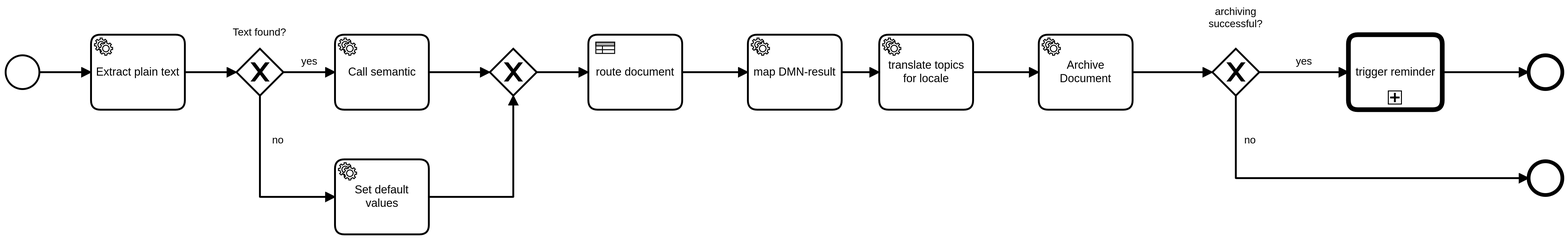
Before: src/main/resources/mailprocessor.png, a diagram exported from BPMN (Cuupa/mailprocessor). Its source is kept beside it as src/main/resources/mailprocessor.bpmn. Ids are renumbered.
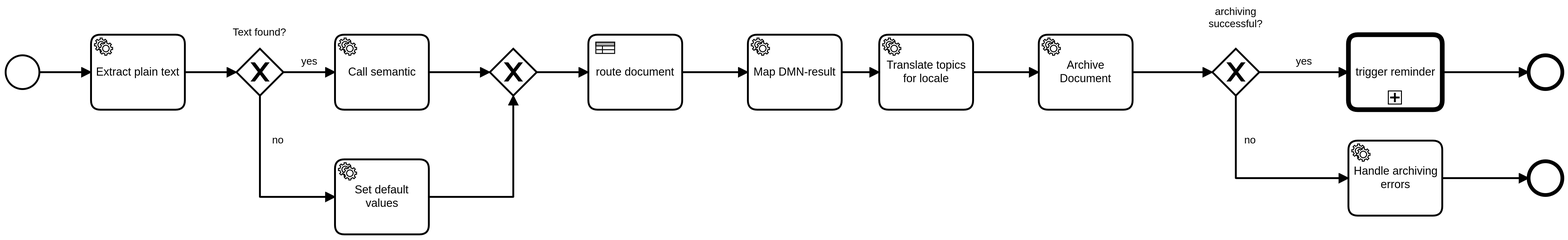
The same diagram one commit later.

Commit message:
feat_archiving_error implemented error directory and refactoring

Diff of the diagram source:
```diff
@@ -42,13 +42,13 @@
             <bpmn:incoming>Flow_n13</bpmn:incoming>
             <bpmn:outgoing>SequenceFlow_n14</bpmn:outgoing>
         </bpmn:businessRuleTask>
-        <bpmn:serviceTask id="Task_n15" name="translate topics for locale"
+        <bpmn:serviceTask id="Task_n15" name="Translate topics for locale"
                           camunda:delegateExpression="#{translateTopicDelegate}">
             <bpmn:incoming>SequenceFlow_n16</bpmn:incoming>
             <bpmn:outgoing>SequenceFlow_n10</bpmn:outgoing>
         </bpmn:serviceTask>
         <bpmn:sequenceFlow id="SequenceFlow_n10" sourceRef="Task_n15" targetRef="Task_n9"/>
-        <bpmn:serviceTask id="Task_n17" name="map DMN-result"
+        <bpmn:serviceTask id="Task_n17" name="Map DMN-result"
                           camunda:delegateExpression="#{dmnResultMapperDelegate}">
             <bpmn:incoming>SequenceFlow_n14</bpmn:incoming>
             <bpmn:outgoing>SequenceFlow_n16</bpmn:outgoing>
@@ -89,11 +89,17 @@
             <bpmn:conditionExpression xsi:type="bpmn:tFormalExpression">#{ARCHIVED}</bpmn:conditionExpression>
         </bpmn:sequenceFlow>
         <bpmn:endEvent id="Event_n25">
-            <bpmn:incoming>Flow_n24</bpmn:incoming>
+            <bpmn:incoming>Flow_n26</bpmn:incoming>
         </bpmn:endEvent>
-        <bpmn:sequenceFlow id="Flow_n24" name="no" sourceRef="Gateway_n20" targetRef="Event_n25">
+        <bpmn:sequenceFlow id="Flow_n24" name="no" sourceRef="Gateway_n20" targetRef="Activity_n27">
             <bpmn:conditionExpression xsi:type="bpmn:tFormalExpression">#{!ARCHIVED}</bpmn:conditionExpression>
         </bpmn:sequenceFlow>
+        <bpmn:sequenceFlow id="Flow_n26" sourceRef="Activity_n27" targetRef="Event_n25"/>
+        <bpmn:serviceTask id="Activity_n27" name="Handle archiving errors"
+                          camunda:delegateExpression="#{handleArchivingErrorDelegate}">
+            <bpmn:incoming>Flow_n24</bpmn:incoming>
+            <bpmn:outgoing>Flow_n26</bpmn:outgoing>
+        </bpmn:serviceTask>
     </bpmn:process>
     <bpmndi:BPMNDiagram id="BPMNDiagram_1">
         <bpmndi:BPMNPlane id="BPMNPlane_1" bpmnElement="mailprocessor">
@@ -163,10 +169,14 @@
             <bpmndi:BPMNEdge id="Flow_n24_di" bpmnElement="Flow_n24">
                 <di:waypoint x="1490" y="152"/>
                 <di:waypoint x="1490" y="240"/>
-                <di:waypoint x="1802" y="240"/>
+                <di:waypoint x="1610" y="240"/>
                 <bpmndi:BPMNLabel>
                     <dc:Bounds x="1499" y="193" width="13" height="14"/>
                 </bpmndi:BPMNLabel>
+            </bpmndi:BPMNEdge>
+            <bpmndi:BPMNEdge id="Flow_n26_di" bpmnElement="Flow_n26">
+                <di:waypoint x="1710" y="240"/>
+                <di:waypoint x="1802" y="240"/>
             </bpmndi:BPMNEdge>
             <bpmndi:BPMNShape id="_BPMNShape_StartEvent_2" bpmnElement="StartEvent_1">
                 <dc:Bounds x="179" y="109" width="36" height="36"/>
@@ -216,6 +226,9 @@
             <bpmndi:BPMNShape id="Event_n25_di" bpmnElement="Event_n25">
                 <dc:Bounds x="1802" y="222" width="36" height="36"/>
             </bpmndi:BPMNShape>
+            <bpmndi:BPMNShape id="Activity_0emvc8a_di" bpmnElement="Activity_n27">
+                <dc:Bounds x="1610" y="200" width="100" height="80"/>
+            </bpmndi:BPMNShape>
         </bpmndi:BPMNPlane>
     </bpmndi:BPMNDiagram>
 </bpmn:definitions>
```
